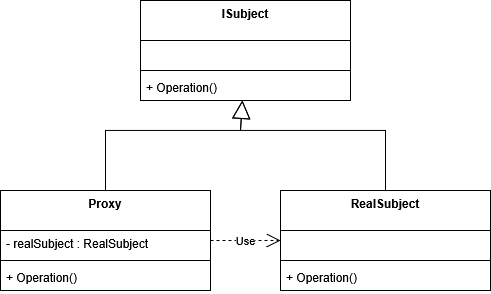
The draw.io diagram structurals/resources/proxy_components.drawio.png in devgalop/design-patterns-csharp, before a commit. Source tidied: cells renumbered, new cells last; positions are measured from the earlier drawing's top-left corner, leaving out a move shared by most shapes.
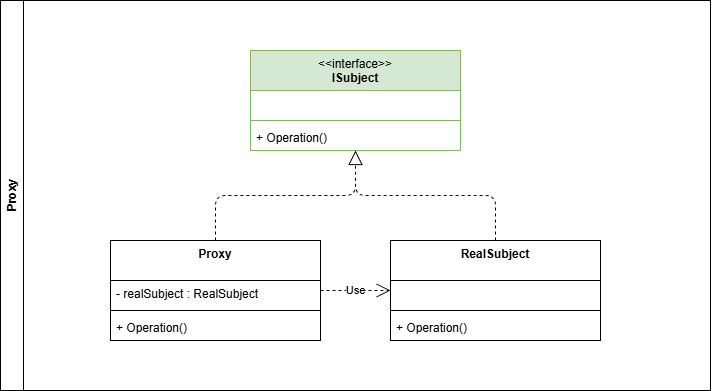
After the change.

What changed in the source:
```diff
@@ -1,9 +1,12 @@
-<mxGraphModel>
+<mxGraphModel background="#ffffff">
   <root>
     <mxCell id="0" />
     <mxCell id="1" parent="0" />
+    <mxCell id="17" value="Proxy" style="swimlane;horizontal=0;whiteSpace=wrap;html=1;" parent="1" vertex="1">
+      <mxGeometry x="-150" y="-50" width="710" height="390" as="geometry" />
+    </mxCell>
-    <mxCell id="2" value="Proxy" style="swimlane;fontStyle=1;align=center;verticalAlign=top;horizontal=1;startSize=40;whiteSpace=wrap;html=1;" parent="1" vertex="1">
-      <mxGeometry y="190" width="210" height="100" as="geometry" />
+    <mxCell id="2" value="Proxy" style="swimlane;fontStyle=1;align=center;verticalAlign=top;horizontal=1;startSize=40;whiteSpace=wrap;html=1;" parent="17" vertex="1">
+      <mxGeometry x="110" y="240" width="210" height="100" as="geometry" />
     </mxCell>
     <mxCell id="3" value="- realSubject : RealSubject" style="text;strokeColor=none;fillColor=none;align=left;verticalAlign=top;spacingLeft=4;spacingRight=4;overflow=hidden;whiteSpace=wrap;html=1;" parent="2" vertex="1">
       <mxGeometry y="40" width="210" height="26" as="geometry" />
@@ -14,8 +17,8 @@
     <mxCell id="5" value="&lt;div&gt;+ Operation()&lt;/div&gt;" style="text;strokeColor=none;fillColor=none;align=left;verticalAlign=top;spacingLeft=4;spacingRight=4;overflow=hidden;whiteSpace=wrap;html=1;" parent="2" vertex="1">
       <mxGeometry y="74" width="210" height="26" as="geometry" />
     </mxCell>
-    <mxCell id="6" value="ISubject" style="swimlane;fontStyle=1;align=center;verticalAlign=top;horizontal=1;startSize=40;whiteSpace=wrap;html=1;" parent="1" vertex="1">
-      <mxGeometry x="140" width="210" height="100" as="geometry" />
+    <mxCell id="6" value="&lt;span style=&quot;font-weight: normal;&quot;&gt;&amp;lt;&amp;lt;interface&amp;gt;&amp;gt;&lt;/span&gt;&lt;br&gt;ISubject" style="swimlane;fontStyle=1;align=center;verticalAlign=top;horizontal=1;startSize=40;whiteSpace=wrap;html=1;fillColor=#d5e8d4;strokeColor=#82b366;" parent="17" vertex="1">
+      <mxGeometry x="250" y="50" width="210" height="100" as="geometry" />
     </mxCell>
     <mxCell id="7" value="&amp;nbsp;" style="text;strokeColor=none;fillColor=none;align=left;verticalAlign=top;spacingLeft=4;spacingRight=4;overflow=hidden;whiteSpace=wrap;html=1;" parent="6" vertex="1">
       <mxGeometry y="40" width="210" height="26" as="geometry" />
@@ -26,8 +29,8 @@
     <mxCell id="9" value="+ Operation()" style="text;strokeColor=none;fillColor=none;align=left;verticalAlign=top;spacingLeft=4;spacingRight=4;overflow=hidden;whiteSpace=wrap;html=1;" parent="6" vertex="1">
       <mxGeometry y="74" width="210" height="26" as="geometry" />
     </mxCell>
-    <mxCell id="10" value="RealSubject" style="swimlane;fontStyle=1;align=center;verticalAlign=top;horizontal=1;startSize=40;whiteSpace=wrap;html=1;" parent="1" vertex="1">
-      <mxGeometry x="280" y="190" width="210" height="100" as="geometry" />
+    <mxCell id="10" value="RealSubject" style="swimlane;fontStyle=1;align=center;verticalAlign=top;horizontal=1;startSize=40;whiteSpace=wrap;html=1;" parent="17" vertex="1">
+      <mxGeometry x="390" y="240" width="210" height="100" as="geometry" />
     </mxCell>
     <mxCell id="11" value="&amp;nbsp;" style="text;strokeColor=none;fillColor=none;align=left;verticalAlign=top;spacingLeft=4;spacingRight=4;overflow=hidden;whiteSpace=wrap;html=1;" parent="10" vertex="1">
       <mxGeometry y="40" width="210" height="26" as="geometry" />
@@ -38,24 +41,14 @@
     <mxCell id="13" value="+ Operation()" style="text;strokeColor=none;fillColor=none;align=left;verticalAlign=top;spacingLeft=4;spacingRight=4;overflow=hidden;whiteSpace=wrap;html=1;" parent="10" vertex="1">
       <mxGeometry y="74" width="210" height="26" as="geometry" />
     </mxCell>
+    <mxCell id="16" value="Use" style="endArrow=open;endSize=12;dashed=1;html=1;rounded=0;" parent="17" edge="1" source="2" target="10">
+      <mxGeometry relative="1" as="geometry" />
+    </mxCell>
+    <mxCell id="15" style="endArrow=block;dashed=1;endFill=0;endSize=12;html=1;edgeStyle=orthogonalEdgeStyle;" parent="17" edge="1" source="2" target="6">
+      <mxGeometry relative="1" as="geometry" />
+    </mxCell>
-    <mxCell id="14" style="endArrow=block;endSize=16;endFill=0;html=1;rounded=0;" parent="1" edge="1" source="10" target="6">
-      <mxGeometry relative="1" as="geometry">
-        <Array as="points">
-          <mxPoint x="385" y="130" />
-          <mxPoint x="240" y="130" />
-        </Array>
-      </mxGeometry>
+    <mxCell id="14" style="endArrow=block;dashed=1;endFill=0;endSize=12;html=1;edgeStyle=orthogonalEdgeStyle;" parent="17" edge="1" source="10" target="6">
+      <mxGeometry relative="1" as="geometry" />
     </mxCell>
-    <mxCell id="15" style="endArrow=block;endSize=16;endFill=0;html=1;rounded=0;" parent="1" edge="1" source="2" target="6">
-      <mxGeometry relative="1" as="geometry">
-        <Array as="points">
-          <mxPoint x="105" y="130" />
-          <mxPoint x="240" y="130" />
-        </Array>
-      </mxGeometry>
-    </mxCell>
-    <mxCell id="16" value="Use" style="endArrow=open;endSize=12;dashed=1;html=1;rounded=0;" parent="1" edge="1" source="2" target="10">
-      <mxGeometry relative="1" as="geometry" />
-    </mxCell>
   </root>
 </mxGraphModel>
```
